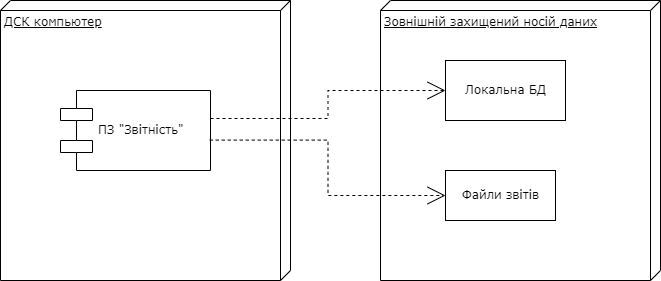
svjatpro/nresx.tools keeps this draw.io diagram as Documentation/img/components.png. Above is the earlier version. Source tidied: cells renumbered, new cells last; positions are measured from the earlier drawing's top-left corner, leaving out a move shared by most shapes. Source of this version:
```xml
<mxGraphModel>
  <root>
    <mxCell id="0" />
    <mxCell id="1" parent="0" />
    <mxCell id="2" value="ДСК компьютер" style="verticalAlign=top;align=left;spacingTop=8;spacingLeft=2;spacingRight=12;shape=cube;size=10;direction=south;fontStyle=4;html=1;rounded=0;shadow=0;comic=0;labelBackgroundColor=none;strokeWidth=1;fontFamily=Verdana;fontSize=12;" parent="1" vertex="1">
      <mxGeometry width="290" height="280" as="geometry" />
    </mxCell>
    <mxCell id="3" value="Зовнішній захищений носій даних" style="verticalAlign=top;align=left;spacingTop=8;spacingLeft=2;spacingRight=12;shape=cube;size=10;direction=south;fontStyle=4;html=1;rounded=0;shadow=0;comic=0;labelBackgroundColor=none;strokeWidth=1;fontFamily=Verdana;fontSize=12;" parent="1" vertex="1">
      <mxGeometry x="380" width="280" height="280" as="geometry" />
    </mxCell>
    <mxCell id="4" value="ПЗ &quot;Звітність&quot;" style="shape=component;align=left;spacingLeft=36;rounded=0;shadow=0;comic=0;labelBackgroundColor=none;strokeWidth=1;fontFamily=Verdana;fontSize=12;html=1;" parent="1" vertex="1">
      <mxGeometry x="60" y="90" width="150" height="80" as="geometry" />
    </mxCell>
    <mxCell id="5" value="Локальна БД" style="rounded=0;shadow=0;comic=0;labelBackgroundColor=none;strokeWidth=1;fontFamily=Verdana;fontSize=12;html=1;" parent="1" vertex="1">
      <mxGeometry x="445" y="60" width="120" height="60" as="geometry" />
    </mxCell>
    <mxCell id="6" value="Файли звітів" style="html=1;rounded=0;shadow=0;comic=0;labelBackgroundColor=none;strokeWidth=1;fontFamily=Verdana;fontSize=12;align=center;" parent="1" vertex="1">
      <mxGeometry x="445" y="170" width="110" height="50" as="geometry" />
    </mxCell>
    <mxCell id="7" style="edgeStyle=orthogonalEdgeStyle;rounded=0;html=1;dashed=1;labelBackgroundColor=none;startArrow=none;startFill=0;startSize=8;endArrow=open;endFill=0;endSize=16;fontFamily=Verdana;fontSize=12;entryX=0;entryY=0.5;entryDx=0;entryDy=0;exitX=0.995;exitY=0.62;exitDx=0;exitDy=0;exitPerimeter=0;" parent="1" edge="1" source="4" target="6">
      <mxGeometry relative="1" as="geometry" />
    </mxCell>
    <mxCell id="8" style="edgeStyle=orthogonalEdgeStyle;rounded=0;html=1;dashed=1;labelBackgroundColor=none;startArrow=none;startFill=0;startSize=8;endArrow=open;endFill=0;endSize=16;fontFamily=Verdana;fontSize=12;exitX=1;exitY=0.35;exitDx=0;exitDy=0;exitPerimeter=0;entryX=0;entryY=0.5;entryDx=0;entryDy=0;" parent="1" edge="1" source="4" target="5">
      <mxGeometry relative="1" as="geometry" />
    </mxCell>
  </root>
</mxGraphModel>
```
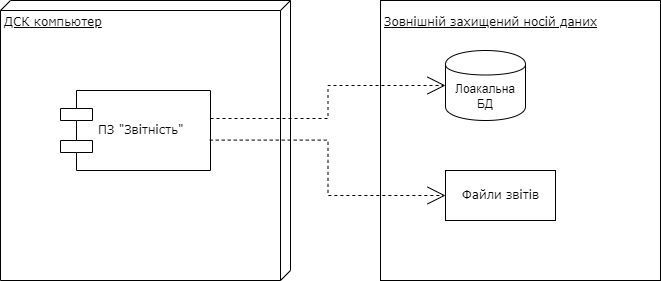
Later version of the same file.

What changed in the source:
```diff
@@ -5,23 +5,23 @@
     <mxCell id="2" value="ДСК компьютер" style="verticalAlign=top;align=left;spacingTop=8;spacingLeft=2;spacingRight=12;shape=cube;size=10;direction=south;fontStyle=4;html=1;rounded=0;shadow=0;comic=0;labelBackgroundColor=none;strokeWidth=1;fontFamily=Verdana;fontSize=12;" parent="1" vertex="1">
       <mxGeometry width="290" height="280" as="geometry" />
     </mxCell>
-    <mxCell id="3" value="Зовнішній захищений носій даних" style="verticalAlign=top;align=left;spacingTop=8;spacingLeft=2;spacingRight=12;shape=cube;size=10;direction=south;fontStyle=4;html=1;rounded=0;shadow=0;comic=0;labelBackgroundColor=none;strokeWidth=1;fontFamily=Verdana;fontSize=12;" parent="1" vertex="1">
+    <mxCell id="3" value="Зовнішній захищений носій даних" style="verticalAlign=top;align=left;spacingTop=8;spacingLeft=2;spacingRight=12;fontStyle=4;html=1;rounded=0;shadow=0;comic=0;labelBackgroundColor=none;strokeWidth=1;fontFamily=Verdana;fontSize=12;" parent="1" vertex="1">
       <mxGeometry x="380" width="280" height="280" as="geometry" />
     </mxCell>
     <mxCell id="4" value="ПЗ &quot;Звітність&quot;" style="shape=component;align=left;spacingLeft=36;rounded=0;shadow=0;comic=0;labelBackgroundColor=none;strokeWidth=1;fontFamily=Verdana;fontSize=12;html=1;" parent="1" vertex="1">
       <mxGeometry x="60" y="90" width="150" height="80" as="geometry" />
     </mxCell>
-    <mxCell id="5" value="Локальна БД" style="rounded=0;shadow=0;comic=0;labelBackgroundColor=none;strokeWidth=1;fontFamily=Verdana;fontSize=12;html=1;" parent="1" vertex="1">
-      <mxGeometry x="445" y="60" width="120" height="60" as="geometry" />
-    </mxCell>
     <mxCell id="6" value="Файли звітів" style="html=1;rounded=0;shadow=0;comic=0;labelBackgroundColor=none;strokeWidth=1;fontFamily=Verdana;fontSize=12;align=center;" parent="1" vertex="1">
       <mxGeometry x="445" y="170" width="110" height="50" as="geometry" />
     </mxCell>
     <mxCell id="7" style="edgeStyle=orthogonalEdgeStyle;rounded=0;html=1;dashed=1;labelBackgroundColor=none;startArrow=none;startFill=0;startSize=8;endArrow=open;endFill=0;endSize=16;fontFamily=Verdana;fontSize=12;entryX=0;entryY=0.5;entryDx=0;entryDy=0;exitX=0.995;exitY=0.62;exitDx=0;exitDy=0;exitPerimeter=0;" parent="1" edge="1" source="4" target="6">
       <mxGeometry relative="1" as="geometry" />
     </mxCell>
-    <mxCell id="8" style="edgeStyle=orthogonalEdgeStyle;rounded=0;html=1;dashed=1;labelBackgroundColor=none;startArrow=none;startFill=0;startSize=8;endArrow=open;endFill=0;endSize=16;fontFamily=Verdana;fontSize=12;exitX=1;exitY=0.35;exitDx=0;exitDy=0;exitPerimeter=0;entryX=0;entryY=0.5;entryDx=0;entryDy=0;" parent="1" edge="1" source="4" target="5">
+    <mxCell id="8" style="edgeStyle=orthogonalEdgeStyle;rounded=0;html=1;dashed=1;labelBackgroundColor=none;startArrow=none;startFill=0;startSize=8;endArrow=open;endFill=0;endSize=16;fontFamily=Verdana;fontSize=12;exitX=1;exitY=0.35;exitDx=0;exitDy=0;exitPerimeter=0;entryX=0;entryY=0.5;entryDx=0;entryDy=0;" parent="1" edge="1" source="4" target="9">
       <mxGeometry relative="1" as="geometry" />
     </mxCell>
+    <mxCell id="9" value="Лоакальна БД" style="shape=cylinder;whiteSpace=wrap;html=1;boundedLbl=1;backgroundOutline=1;" parent="1" vertex="1">
+      <mxGeometry x="445" y="50" width="80" height="70" as="geometry" />
+    </mxCell>
   </root>
 </mxGraphModel>
```
